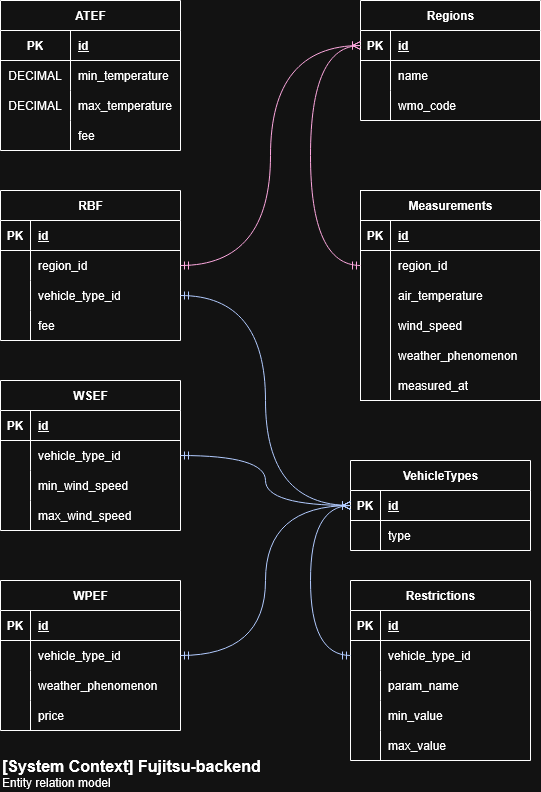
Earlier version of the draw.io export docs/images/Entity-Relation-model.drawio.png (No1Evil/Food-Delivery-Fees). Source tidied: cells renumbered, new cells last; positions are measured from the earlier drawing's top-left corner, leaving out a move shared by most shapes.
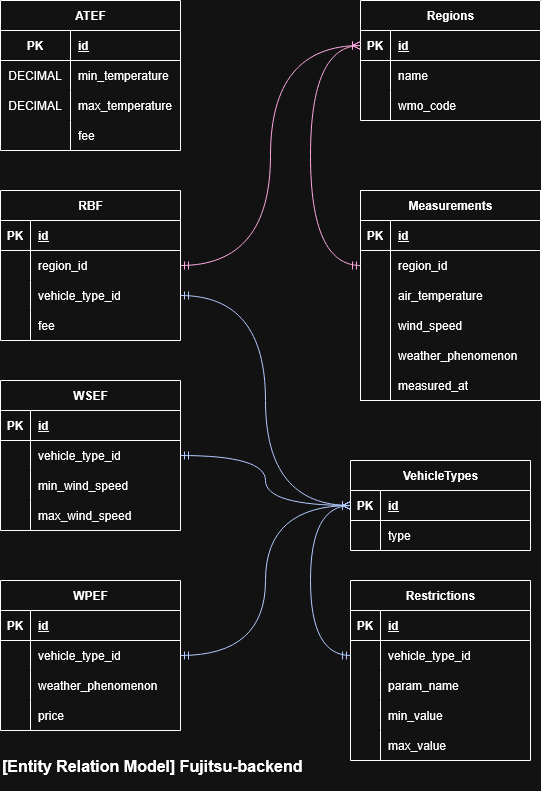
After the change.

Commit message:
docs(visualization): updated entity relation model

Diff of the diagram source:
```diff
@@ -334,9 +334,9 @@
     <mxCell id="110" style="edgeStyle=orthogonalEdgeStyle;fontSize=12;html=1;endArrow=ERoneToMany;startArrow=ERmandOne;rounded=0;exitX=1;exitY=0.5;exitDx=0;exitDy=0;fillColor=#d80073;strokeColor=#A50040;entryX=0;entryY=0.5;entryDx=0;entryDy=0;curved=1;" parent="1" edge="1" source="25" target="42">
       <mxGeometry relative="1" as="geometry" />
     </mxCell>
-    <object id="111" label="&lt;font style=&quot;font-size: 16px&quot;&gt;&lt;b&gt;&lt;div style=&quot;text-align: left&quot;&gt;%c4Name%&lt;/div&gt;&lt;/b&gt;&lt;/font&gt;&lt;div style=&quot;text-align: left&quot;&gt;%c4Description%&lt;/div&gt;" c4Description="Entity relation model" c4Name="[System Context] Fujitsu-backend" c4Type="ContainerScopeBoundary" placeholders="1">
+    <object id="111" label="&lt;font style=&quot;font-size: 16px&quot;&gt;&lt;b&gt;&lt;div style=&quot;text-align: left&quot;&gt;%c4Name%&lt;/div&gt;&lt;/b&gt;&lt;/font&gt;&lt;div style=&quot;text-align: left&quot;&gt;%c4Description%&lt;/div&gt;" c4Description="" c4Name="[Entity Relation Model] Fujitsu-backend" c4Type="ContainerScopeBoundary" placeholders="1">
       <mxCell style="text;html=1;strokeColor=none;fillColor=none;align=left;verticalAlign=top;whiteSpace=wrap;rounded=0;" parent="1" vertex="1">
-        <mxGeometry y="750" width="290" height="40" as="geometry" />
+        <mxGeometry y="750" width="320" height="40" as="geometry" />
       </mxCell>
     </object>
     <mxCell id="112" style="edgeStyle=orthogonalEdgeStyle;fontSize=12;html=1;endArrow=ERoneToMany;startArrow=ERmandOne;rounded=0;exitX=0;exitY=0.5;exitDx=0;exitDy=0;fillColor=#d80073;strokeColor=#A50040;entryX=0;entryY=0.5;entryDx=0;entryDy=0;curved=1;" parent="1" edge="1" source="6" target="42">
```
